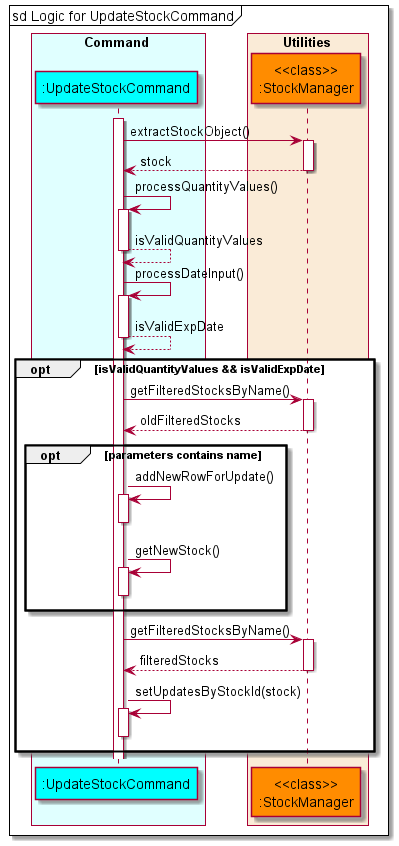
Above: docs/diagrams/diagram_images/UpdateStockSequenceDiagram.png in nus-cs2113-AY2122S1/tp (PlantUML), before the change.
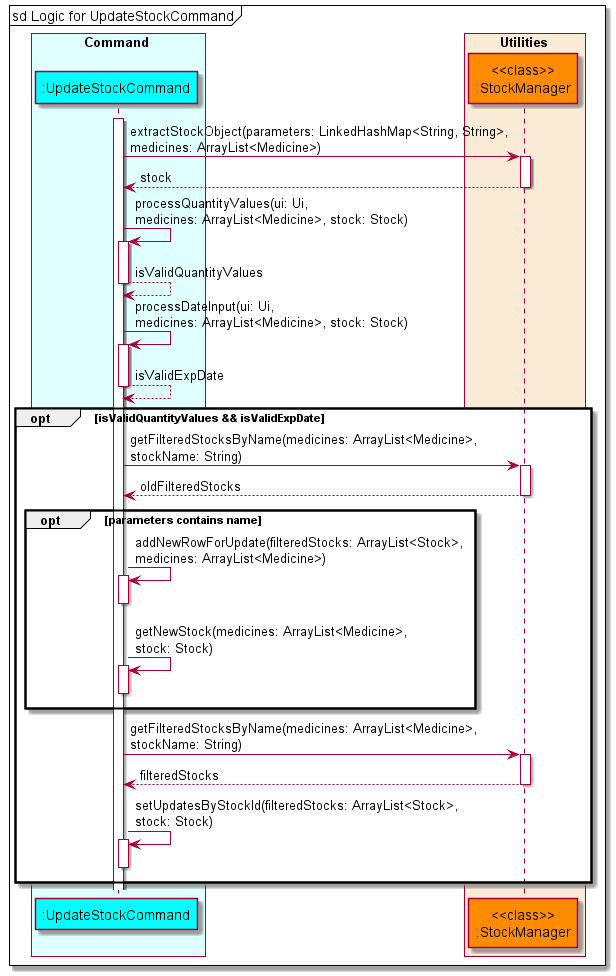
The same file after the commit.

Commit message:
Modify all sequence diagrams to match current code

Diff of the diagram source:
```diff
@@ -13,27 +13,27 @@
 autoactivate on
 mainFrame sd Logic for UpdateStockCommand
 activate updatestock
-    updatestock -> stockmanager: extractStockObject()
+    updatestock -> stockmanager: extractStockObject(parameters: LinkedHashMap<String, String>,\nmedicines: ArrayList<Medicine>)
     updatestock <-- stockmanager: stock
 
-    updatestock -> updatestock: processQuantityValues()
+    updatestock -> updatestock: processQuantityValues(ui: Ui, \nmedicines: ArrayList<Medicine>, stock: Stock)
     updatestock --> updatestock: isValidQuantityValues
 
-    updatestock -> updatestock: processDateInput()
+    updatestock -> updatestock: processDateInput(ui: Ui, \nmedicines: ArrayList<Medicine>, stock: Stock)
     updatestock --> updatestock: isValidExpDate
 
     opt isValidQuantityValues && isValidExpDate
-        updatestock -> stockmanager: getFilteredStocksByName()
+        updatestock -> stockmanager: getFilteredStocksByName(medicines: ArrayList<Medicine>,\nstockName: String)
         updatestock <-- stockmanager: oldFilteredStocks
         opt parameters contains name
-            updatestock -> updatestock: addNewRowForUpdate()
+            updatestock -> updatestock: addNewRowForUpdate(filteredStocks: ArrayList<Stock>,\nmedicines: ArrayList<Medicine>)
             deactivate updatestock
-            updatestock -> updatestock: getNewStock()
+            updatestock -> updatestock: getNewStock(medicines: ArrayList<Medicine>,\nstock: Stock)
             deactivate updatestock
         end
-        updatestock -> stockmanager: getFilteredStocksByName()
+        updatestock -> stockmanager: getFilteredStocksByName(medicines: ArrayList<Medicine>,\nstockName: String)
         updatestock <-- stockmanager: filteredStocks
-        updatestock -> updatestock: setUpdatesByStockId(stock)
+        updatestock -> updatestock: setUpdatesByStockId(filteredStocks: ArrayList<Stock>,\nstock: Stock)
         deactivate updatestock
     end
 
```
